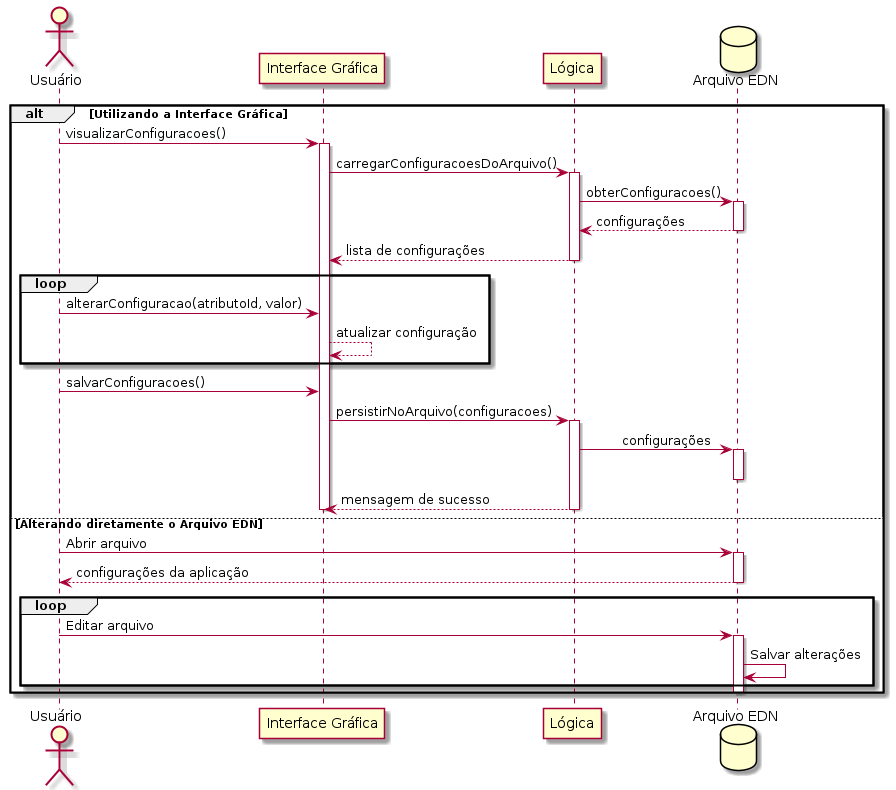
ICEI-PUC-Minas-PPLES-TI/plf-es-2022-1-tcci-5308100-dev-marlon-silva keeps this PlantUML diagram as Artefatos/Diagramas/Sequência/C01.png. Above is the earlier version.
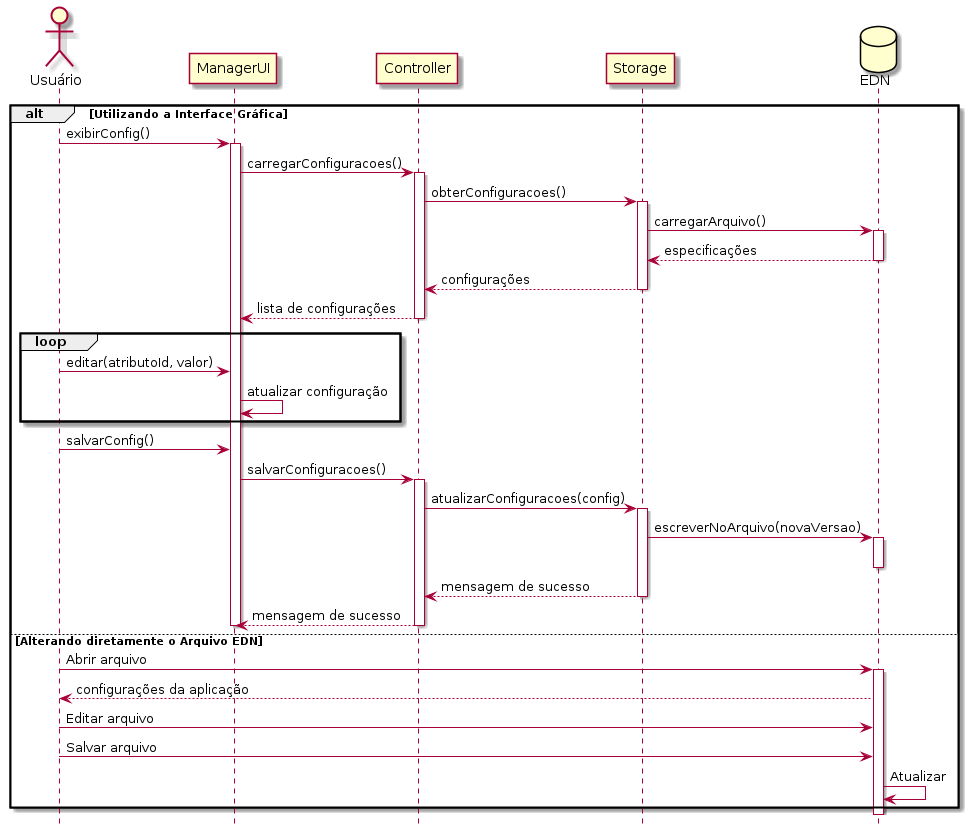
The same diagram one commit later.

What changed in the source:
```diff
@@ -1,50 +1,58 @@
-@startuml
+@startuml c01
 
-actor Usuário as usr
-participant "Interface Gráfica" as gui
-participant Lógica as lgc
-database "Arquivo EDN" as file
+hide footbox
+
+actor "Usuário" as usr
+participant "ManagerUI" as mui
+participant "Controller" as ctrl
+participant "Storage" as str
+database "EDN" as edn
 
 alt Utilizando a Interface Gráfica
-    usr -> gui: visualizarConfiguracoes()
-    activate gui
-    gui -> lgc: carregarConfiguracoesDoArquivo()
-    activate lgc
-    lgc -> file: obterConfiguracoes()
-    activate file
-
-    file --> lgc: configurações
-    deactivate file
-    lgc --> gui: lista de configurações
-    deactivate lgc
+    usr -> mui: exibirConfig()
+    activate mui
+    mui -> ctrl: carregarConfiguracoes()
+    activate ctrl
+    ctrl -> str : obterConfiguracoes()
+    activate str
+    str -> edn: carregarArquivo()
+    activate edn
+    edn --> str: especificações
+    deactivate edn
+    str --> ctrl : configurações
+    deactivate str
+    ctrl --> mui: lista de configurações
+    deactivate ctrl
 
     loop
-        usr -> gui: alterarConfiguracao(atributoId, valor)
-        gui --> gui: atualizar configuração
+        usr -> mui: editar(atributoId, valor)
+        mui -> mui: atualizar configuração
     end
 
-    usr -> gui: salvarConfiguracoes()
-    gui -> lgc: persistirNoArquivo(configuracoes)
-    activate lgc
-    lgc -> file: \t configurações
-    activate file
-    deactivate file
-    lgc --> gui: mensagem de sucesso
-    deactivate lgc
-    deactivate gui
+    usr -> mui: salvarConfig()
+    mui -> ctrl: salvarConfiguracoes()
+    activate ctrl
+    ctrl -> str : atualizarConfiguracoes(config)
+    activate str
+    str -> edn: escreverNoArquivo(novaVersao)
+    activate edn
+    deactivate edn
+    str --> ctrl : mensagem de sucesso
+    deactivate str
+    ctrl --> mui: mensagem de sucesso
+    deactivate ctrl
+    deactivate mui
 
 else Alterando diretamente o Arquivo EDN
-    usr -> file: Abrir arquivo
-    activate file
-    file --> usr: configurações da aplicação
-    deactivate file
+    usr -> edn: Abrir arquivo
+    activate edn
+    edn --> usr: configurações da aplicação
 
-    loop
-        usr -> file: Editar arquivo
-        activate file
-        file -> file: Salvar alterações
-    end
-    deactivate file
+    usr -> edn: Editar arquivo
+
+    usr -> edn: Salvar arquivo
+    edn -> edn: Atualizar
 end
+deactivate edn
 
 @enduml
```
